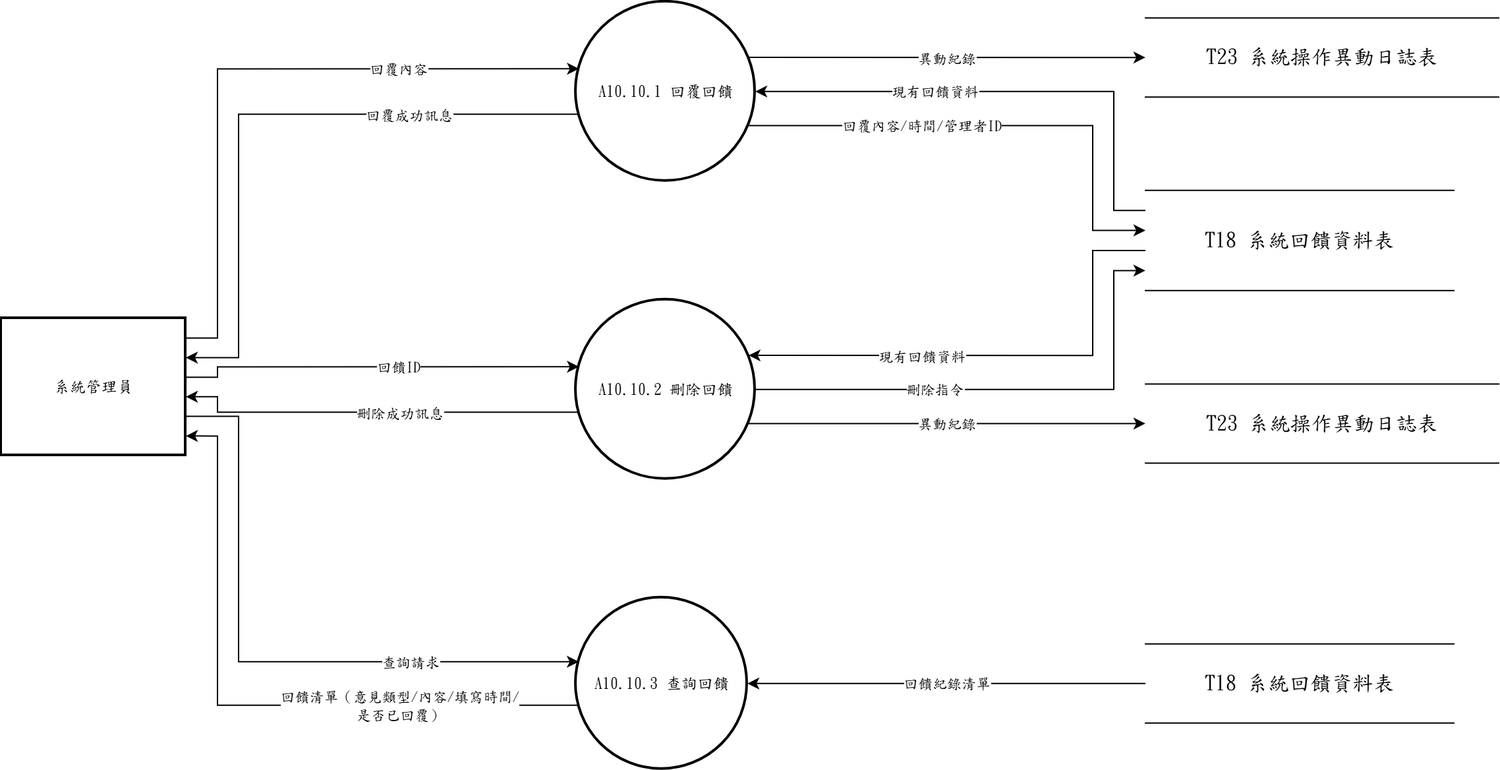
Above: 系統文件/第6章/DFD圖/圖10/新/圖10.10.drawio.png in s22452007/115502 (draw.io), before the change. Source tidied: cells renumbered, new cells last; positions are measured from the earlier drawing's top-left corner, leaving out a move shared by most shapes. Source of this version:
```xml
<mxGraphModel>
  <root>
    <mxCell id="0" />
    <mxCell id="1" parent="0" />
    <mxCell id="2" value="A10.10.1 回覆回饋" style="ellipse;strokeWidth=2;whiteSpace=wrap;html=1;fontFamily=標楷體;" parent="1" vertex="1">
      <mxGeometry x="436" width="136" height="136" as="geometry" />
    </mxCell>
    <mxCell id="3" value="A10.10.2 刪除回饋" style="ellipse;strokeWidth=2;whiteSpace=wrap;html=1;fontFamily=標楷體;" parent="1" vertex="1">
      <mxGeometry x="436" y="226" width="136" height="136" as="geometry" />
    </mxCell>
    <mxCell id="4" value="A10.10.3 查詢回饋" style="ellipse;strokeWidth=2;whiteSpace=wrap;html=1;fontFamily=標楷體;" parent="1" vertex="1">
      <mxGeometry x="436" y="452" width="130" height="130" as="geometry" />
    </mxCell>
    <mxCell id="5" value="系統管理員" style="whiteSpace=wrap;strokeWidth=2;html=1;fontFamily=標楷體;" parent="1" vertex="1">
      <mxGeometry y="240.1" width="140" height="104" as="geometry" />
    </mxCell>
    <mxCell id="6" value="&lt;span lang=&quot;EN-US&quot; style=&quot;font-size: 12pt;&quot;&gt;T23&amp;nbsp;&lt;/span&gt;&lt;span style=&quot;font-size: 12pt;&quot;&gt;系統操作異動日誌表&lt;/span&gt;" style="shape=partialRectangle;whiteSpace=wrap;html=1;left=0;right=0;fontFamily=標楷體;fontSize=16;" parent="1" vertex="1">
      <mxGeometry x="868" y="12.2" width="268" height="60" as="geometry" />
    </mxCell>
    <mxCell id="7" value="&lt;span lang=&quot;EN-US&quot; style=&quot;font-size: 12pt;&quot;&gt;T18&amp;nbsp;&lt;/span&gt;&lt;span style=&quot;font-size: 12pt;&quot;&gt;系統回饋資料表&lt;/span&gt;" style="shape=partialRectangle;whiteSpace=wrap;html=1;left=0;right=0;fontFamily=標楷體;fontSize=16;" parent="1" vertex="1">
      <mxGeometry x="868" y="143" width="234" height="76" as="geometry" />
    </mxCell>
    <mxCell id="8" value="&lt;span lang=&quot;EN-US&quot; style=&quot;font-size: 12pt;&quot;&gt;T23&amp;nbsp;&lt;/span&gt;&lt;span style=&quot;font-size: 12pt;&quot;&gt;系統操作異動日誌表&lt;/span&gt;" style="shape=partialRectangle;whiteSpace=wrap;html=1;left=0;right=0;fontFamily=標楷體;fontSize=16;" parent="1" vertex="1">
      <mxGeometry x="868" y="289.8" width="268" height="60" as="geometry" />
    </mxCell>
    <mxCell id="9" value="&lt;span lang=&quot;EN-US&quot; style=&quot;font-size: 12pt;&quot;&gt;T18&amp;nbsp;&lt;/span&gt;&lt;span style=&quot;font-size: 12pt;&quot;&gt;系統回饋資料表&lt;/span&gt;" style="shape=partialRectangle;whiteSpace=wrap;html=1;left=0;right=0;fontFamily=標楷體;fontSize=16;" parent="1" vertex="1">
      <mxGeometry x="868" y="487" width="234" height="60" as="geometry" />
    </mxCell>
    <mxCell id="10" style="edgeStyle=none;rounded=0;html=1;fontFamily=標楷體;endArrow=classic;exitX=1.0000;exitY=0.1429;exitDx=0;exitDy=0;exitPerimeter=0;entryX=0.0163;entryY=0.3733;entryDx=0;entryDy=0;entryPerimeter=0;" parent="1" edge="1" source="5" target="2">
      <mxGeometry relative="1" as="geometry">
        <Array as="points">
          <mxPoint x="164" y="255" />
          <mxPoint x="164" y="50.8" />
        </Array>
      </mxGeometry>
    </mxCell>
    <mxCell id="11" value="回覆內容" style="edgeLabel;html=1;align=center;verticalAlign=middle;fontFamily=標楷體;" parent="10" vertex="1">
      <mxGeometry x="0.45" relative="1" as="geometry" />
    </mxCell>
    <mxCell id="12" style="edgeStyle=none;rounded=0;html=1;fontFamily=標楷體;endArrow=classic;exitX=0.0000;exitY=0.2000;exitDx=0;exitDy=0;exitPerimeter=0;entryX=1.0000;entryY=0.5000;entryDx=0;entryDy=0;entryPerimeter=0;" parent="1" edge="1" source="7" target="2">
      <mxGeometry relative="1" as="geometry">
        <Array as="points">
          <mxPoint x="844" y="158.2" />
          <mxPoint x="844" y="68" />
        </Array>
      </mxGeometry>
    </mxCell>
    <mxCell id="13" value="現有回饋資料" style="edgeLabel;html=1;align=center;verticalAlign=middle;fontFamily=標楷體;" parent="12" vertex="1">
      <mxGeometry x="0.3" relative="1" as="geometry" />
    </mxCell>
    <mxCell id="14" style="edgeStyle=none;rounded=0;html=1;fontFamily=標楷體;endArrow=classic;exitX=0.0163;exitY=0.6267;exitDx=0;exitDy=0;exitPerimeter=0;entryX=1.0000;entryY=0.2857;entryDx=0;entryDy=0;entryPerimeter=0;" parent="1" edge="1" source="2" target="5">
      <mxGeometry relative="1" as="geometry">
        <Array as="points">
          <mxPoint x="180" y="85.2" />
          <mxPoint x="180" y="269.8" />
        </Array>
      </mxGeometry>
    </mxCell>
    <mxCell id="15" value="回覆成功訊息" style="edgeLabel;html=1;align=center;verticalAlign=middle;fontFamily=標楷體;" parent="14" vertex="1">
      <mxGeometry x="-0.47" relative="1" as="geometry" />
    </mxCell>
    <mxCell id="16" style="edgeStyle=none;rounded=0;html=1;fontFamily=標楷體;endArrow=classic;exitX=0.9625;exitY=0.6900;exitDx=0;exitDy=0;exitPerimeter=0;entryX=0.0000;entryY=0.4000;entryDx=0;entryDy=0;entryPerimeter=0;" parent="1" edge="1" source="2" target="7">
      <mxGeometry relative="1" as="geometry">
        <Array as="points">
          <mxPoint x="828" y="93.8" />
          <mxPoint x="828" y="173.4" />
        </Array>
      </mxGeometry>
    </mxCell>
    <mxCell id="17" value="回覆內容/時間/管理者ID" style="edgeLabel;html=1;align=center;verticalAlign=middle;fontFamily=標楷體;" parent="16" vertex="1">
      <mxGeometry x="-0.31" relative="1" as="geometry" />
    </mxCell>
    <mxCell id="18" style="edgeStyle=none;rounded=0;html=1;fontFamily=標楷體;endArrow=classic;exitX=0.9625;exitY=0.3100;exitDx=0;exitDy=0;exitPerimeter=0;entryX=0.0000;entryY=0.5000;entryDx=0;entryDy=0;entryPerimeter=0;" parent="1" edge="1" source="2" target="6">
      <mxGeometry relative="1" as="geometry" />
    </mxCell>
    <mxCell id="19" value="異動紀錄" style="edgeLabel;html=1;align=center;verticalAlign=middle;fontFamily=標楷體;" parent="18" vertex="1">
      <mxGeometry relative="1" as="geometry" />
    </mxCell>
    <mxCell id="20" style="edgeStyle=none;rounded=0;html=1;fontFamily=標楷體;endArrow=classic;exitX=1.0000;exitY=0.4286;exitDx=0;exitDy=0;exitPerimeter=0;entryX=0.0163;entryY=0.3733;entryDx=0;entryDy=0;entryPerimeter=0;" parent="1" edge="1" source="5" target="3">
      <mxGeometry relative="1" as="geometry">
        <Array as="points">
          <mxPoint x="164" y="284.7" />
          <mxPoint x="164" y="276.8" />
        </Array>
      </mxGeometry>
    </mxCell>
    <mxCell id="21" value="回饋ID" style="edgeLabel;html=1;align=center;verticalAlign=middle;fontFamily=標楷體;" parent="20" vertex="1">
      <mxGeometry x="0.1" relative="1" as="geometry" />
    </mxCell>
    <mxCell id="22" style="edgeStyle=none;rounded=0;html=1;fontFamily=標楷體;endArrow=classic;exitX=0.0000;exitY=0.6000;exitDx=0;exitDy=0;exitPerimeter=0;entryX=0.9625;entryY=0.3100;entryDx=0;entryDy=0;entryPerimeter=0;" parent="1" edge="1" source="7" target="3">
      <mxGeometry relative="1" as="geometry">
        <Array as="points">
          <mxPoint x="828" y="188.6" />
          <mxPoint x="828" y="268.2" />
        </Array>
      </mxGeometry>
    </mxCell>
    <mxCell id="23" value="現有回饋資料" style="edgeLabel;html=1;align=center;verticalAlign=middle;fontFamily=標楷體;" parent="22" vertex="1">
      <mxGeometry x="0.31" relative="1" as="geometry" />
    </mxCell>
    <mxCell id="24" style="edgeStyle=none;rounded=0;html=1;fontFamily=標楷體;endArrow=classic;exitX=0.0163;exitY=0.6267;exitDx=0;exitDy=0;exitPerimeter=0;entryX=1.0000;entryY=0.5714;entryDx=0;entryDy=0;entryPerimeter=0;" parent="1" edge="1" source="3" target="5">
      <mxGeometry relative="1" as="geometry">
        <Array as="points">
          <mxPoint x="164" y="311.2" />
          <mxPoint x="164" y="299.5" />
        </Array>
      </mxGeometry>
    </mxCell>
    <mxCell id="25" value="刪除成功訊息" style="edgeLabel;html=1;align=center;verticalAlign=middle;fontFamily=標楷體;" parent="24" vertex="1">
      <mxGeometry x="-0.12" relative="1" as="geometry" />
    </mxCell>
    <mxCell id="26" style="edgeStyle=none;rounded=0;html=1;fontFamily=標楷體;endArrow=classic;exitX=1.0000;exitY=0.5000;exitDx=0;exitDy=0;exitPerimeter=0;entryX=0.0000;entryY=0.8000;entryDx=0;entryDy=0;entryPerimeter=0;" parent="1" edge="1" source="3" target="7">
      <mxGeometry relative="1" as="geometry">
        <Array as="points">
          <mxPoint x="844" y="294" />
          <mxPoint x="844" y="203.8" />
        </Array>
      </mxGeometry>
    </mxCell>
    <mxCell id="27" value="刪除指令" style="edgeLabel;html=1;align=center;verticalAlign=middle;fontFamily=標楷體;" parent="26" vertex="1">
      <mxGeometry x="-0.3" relative="1" as="geometry" />
    </mxCell>
    <mxCell id="28" style="edgeStyle=none;rounded=0;html=1;fontFamily=標楷體;endArrow=classic;exitX=0.9625;exitY=0.6900;exitDx=0;exitDy=0;exitPerimeter=0;entryX=0.0000;entryY=0.5000;entryDx=0;entryDy=0;entryPerimeter=0;" parent="1" edge="1" source="3" target="8">
      <mxGeometry relative="1" as="geometry" />
    </mxCell>
    <mxCell id="29" value="異動紀錄" style="edgeLabel;html=1;align=center;verticalAlign=middle;fontFamily=標楷體;" parent="28" vertex="1">
      <mxGeometry relative="1" as="geometry" />
    </mxCell>
    <mxCell id="30" style="edgeStyle=none;rounded=0;html=1;fontFamily=標楷體;endArrow=classic;exitX=1.0000;exitY=0.7143;exitDx=0;exitDy=0;exitPerimeter=0;entryX=0.0163;entryY=0.3733;entryDx=0;entryDy=0;entryPerimeter=0;" parent="1" edge="1" source="5" target="4">
      <mxGeometry relative="1" as="geometry">
        <Array as="points">
          <mxPoint x="180" y="314.4" />
          <mxPoint x="180" y="500.5" />
        </Array>
      </mxGeometry>
    </mxCell>
    <mxCell id="31" value="查詢請求" style="edgeLabel;html=1;align=center;verticalAlign=middle;fontFamily=標楷體;" parent="30" vertex="1">
      <mxGeometry x="0.47" relative="1" as="geometry" />
    </mxCell>
    <mxCell id="32" style="edgeStyle=none;rounded=0;html=1;fontFamily=標楷體;endArrow=classic;exitX=0.0000;exitY=0.5000;exitDx=0;exitDy=0;exitPerimeter=0;entryX=1.0000;entryY=0.5000;entryDx=0;entryDy=0;entryPerimeter=0;" parent="1" edge="1" source="9" target="4">
      <mxGeometry relative="1" as="geometry" />
    </mxCell>
    <mxCell id="33" value="回饋紀錄清單" style="edgeLabel;html=1;align=center;verticalAlign=middle;fontFamily=標楷體;" parent="32" vertex="1">
      <mxGeometry relative="1" as="geometry" />
    </mxCell>
    <mxCell id="34" style="edgeStyle=none;rounded=0;html=1;fontFamily=標楷體;endArrow=classic;exitX=0.0163;exitY=0.6267;exitDx=0;exitDy=0;exitPerimeter=0;entryX=1.0000;entryY=0.8571;entryDx=0;entryDy=0;entryPerimeter=0;" parent="1" edge="1" source="4" target="5">
      <mxGeometry relative="1" as="geometry">
        <Array as="points">
          <mxPoint x="164" y="533.5" />
          <mxPoint x="164" y="329.3" />
        </Array>
      </mxGeometry>
    </mxCell>
    <mxCell id="35" value="回饋清單（意見類型/內容/填寫時間/&lt;br&gt;是否已回覆）" style="edgeLabel;html=1;align=center;verticalAlign=middle;fontFamily=標楷體;" parent="34" vertex="1">
      <mxGeometry x="-0.45" relative="1" as="geometry" />
    </mxCell>
  </root>
</mxGraphModel>
```
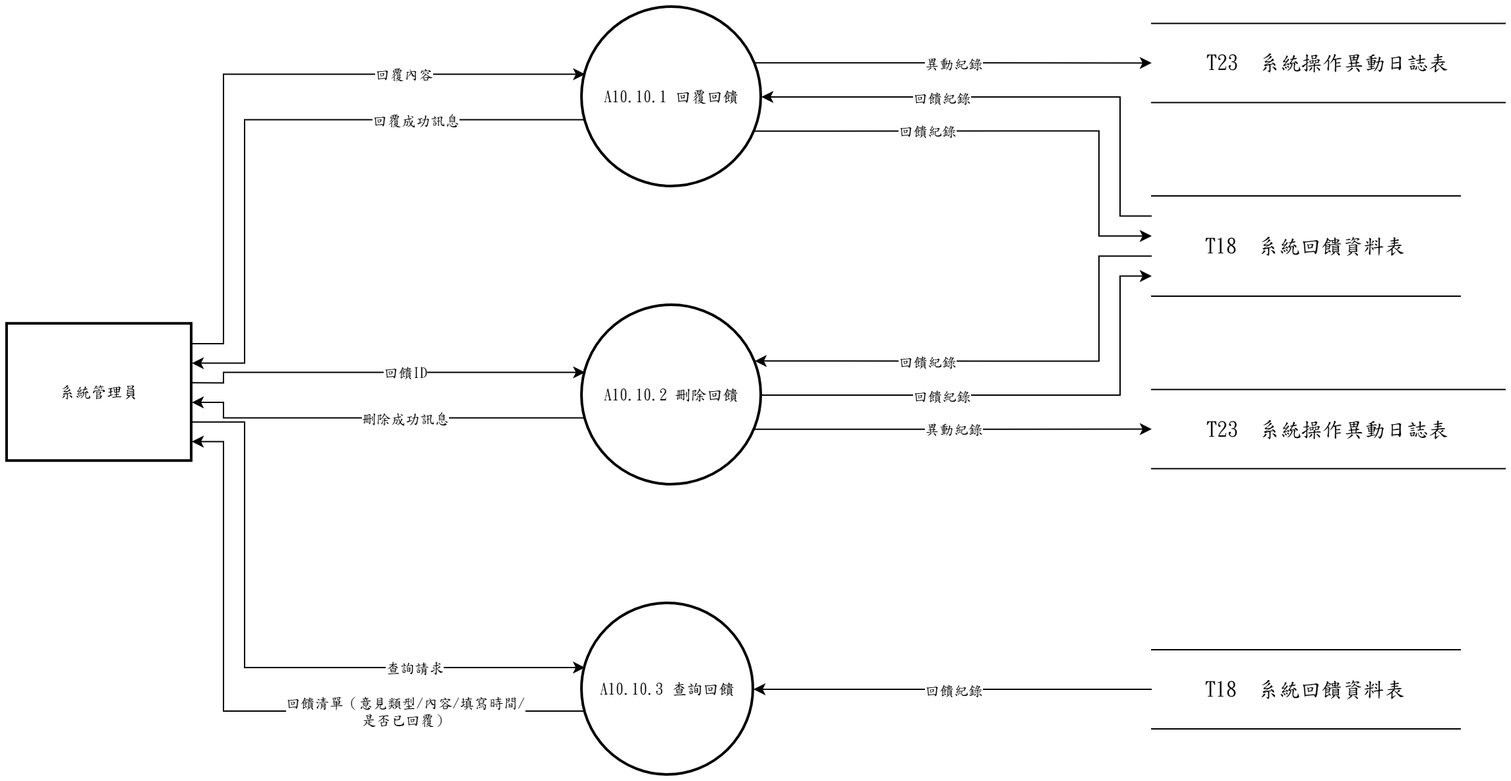
Above is the later version.

Diff of the diagram source:
```diff
@@ -14,16 +14,16 @@
     <mxCell id="5" value="系統管理員" style="whiteSpace=wrap;strokeWidth=2;html=1;fontFamily=標楷體;" parent="1" vertex="1">
       <mxGeometry y="240.1" width="140" height="104" as="geometry" />
     </mxCell>
-    <mxCell id="6" value="&lt;span lang=&quot;EN-US&quot; style=&quot;font-size: 12pt;&quot;&gt;T23&amp;nbsp;&lt;/span&gt;&lt;span style=&quot;font-size: 12pt;&quot;&gt;系統操作異動日誌表&lt;/span&gt;" style="shape=partialRectangle;whiteSpace=wrap;html=1;left=0;right=0;fontFamily=標楷體;fontSize=16;" parent="1" vertex="1">
+    <mxCell id="6" value="T23  系統操作異動日誌表" style="shape=partialRectangle;whiteSpace=wrap;html=1;left=0;right=0;fontFamily=標楷體;fontSize=16;" parent="1" vertex="1">
       <mxGeometry x="868" y="12.2" width="268" height="60" as="geometry" />
     </mxCell>
-    <mxCell id="7" value="&lt;span lang=&quot;EN-US&quot; style=&quot;font-size: 12pt;&quot;&gt;T18&amp;nbsp;&lt;/span&gt;&lt;span style=&quot;font-size: 12pt;&quot;&gt;系統回饋資料表&lt;/span&gt;" style="shape=partialRectangle;whiteSpace=wrap;html=1;left=0;right=0;fontFamily=標楷體;fontSize=16;" parent="1" vertex="1">
+    <mxCell id="7" value="T18  系統回饋資料表" style="shape=partialRectangle;whiteSpace=wrap;html=1;left=0;right=0;fontFamily=標楷體;fontSize=16;" parent="1" vertex="1">
       <mxGeometry x="868" y="143" width="234" height="76" as="geometry" />
     </mxCell>
-    <mxCell id="8" value="&lt;span lang=&quot;EN-US&quot; style=&quot;font-size: 12pt;&quot;&gt;T23&amp;nbsp;&lt;/span&gt;&lt;span style=&quot;font-size: 12pt;&quot;&gt;系統操作異動日誌表&lt;/span&gt;" style="shape=partialRectangle;whiteSpace=wrap;html=1;left=0;right=0;fontFamily=標楷體;fontSize=16;" parent="1" vertex="1">
+    <mxCell id="8" value="T23  系統操作異動日誌表" style="shape=partialRectangle;whiteSpace=wrap;html=1;left=0;right=0;fontFamily=標楷體;fontSize=16;" parent="1" vertex="1">
       <mxGeometry x="868" y="289.8" width="268" height="60" as="geometry" />
     </mxCell>
-    <mxCell id="9" value="&lt;span lang=&quot;EN-US&quot; style=&quot;font-size: 12pt;&quot;&gt;T18&amp;nbsp;&lt;/span&gt;&lt;span style=&quot;font-size: 12pt;&quot;&gt;系統回饋資料表&lt;/span&gt;" style="shape=partialRectangle;whiteSpace=wrap;html=1;left=0;right=0;fontFamily=標楷體;fontSize=16;" parent="1" vertex="1">
+    <mxCell id="9" value="T18  系統回饋資料表" style="shape=partialRectangle;whiteSpace=wrap;html=1;left=0;right=0;fontFamily=標楷體;fontSize=16;" parent="1" vertex="1">
       <mxGeometry x="868" y="487" width="234" height="60" as="geometry" />
     </mxCell>
     <mxCell id="10" style="edgeStyle=none;rounded=0;html=1;fontFamily=標楷體;endArrow=classic;exitX=1.0000;exitY=0.1429;exitDx=0;exitDy=0;exitPerimeter=0;entryX=0.0163;entryY=0.3733;entryDx=0;entryDy=0;entryPerimeter=0;" parent="1" edge="1" source="5" target="2">
@@ -45,7 +45,7 @@
         </Array>
       </mxGeometry>
     </mxCell>
-    <mxCell id="13" value="現有回饋資料" style="edgeLabel;html=1;align=center;verticalAlign=middle;fontFamily=標楷體;" parent="12" vertex="1">
+    <mxCell id="13" value="回饋紀錄" style="edgeLabel;html=1;align=center;verticalAlign=middle;fontFamily=標楷體;" parent="12" vertex="1">
       <mxGeometry x="0.3" relative="1" as="geometry" />
     </mxCell>
     <mxCell id="14" style="edgeStyle=none;rounded=0;html=1;fontFamily=標楷體;endArrow=classic;exitX=0.0163;exitY=0.6267;exitDx=0;exitDy=0;exitPerimeter=0;entryX=1.0000;entryY=0.2857;entryDx=0;entryDy=0;entryPerimeter=0;" parent="1" edge="1" source="2" target="5">
@@ -67,7 +67,7 @@
         </Array>
       </mxGeometry>
     </mxCell>
-    <mxCell id="17" value="回覆內容/時間/管理者ID" style="edgeLabel;html=1;align=center;verticalAlign=middle;fontFamily=標楷體;" parent="16" vertex="1">
+    <mxCell id="17" value="回饋紀錄" style="edgeLabel;html=1;align=center;verticalAlign=middle;fontFamily=標楷體;" parent="16" vertex="1">
       <mxGeometry x="-0.31" relative="1" as="geometry" />
     </mxCell>
     <mxCell id="18" style="edgeStyle=none;rounded=0;html=1;fontFamily=標楷體;endArrow=classic;exitX=0.9625;exitY=0.3100;exitDx=0;exitDy=0;exitPerimeter=0;entryX=0.0000;entryY=0.5000;entryDx=0;entryDy=0;entryPerimeter=0;" parent="1" edge="1" source="2" target="6">
@@ -95,7 +95,7 @@
         </Array>
       </mxGeometry>
     </mxCell>
-    <mxCell id="23" value="現有回饋資料" style="edgeLabel;html=1;align=center;verticalAlign=middle;fontFamily=標楷體;" parent="22" vertex="1">
+    <mxCell id="23" value="回饋紀錄" style="edgeLabel;html=1;align=center;verticalAlign=middle;fontFamily=標楷體;" parent="22" vertex="1">
       <mxGeometry x="0.31" relative="1" as="geometry" />
     </mxCell>
     <mxCell id="24" style="edgeStyle=none;rounded=0;html=1;fontFamily=標楷體;endArrow=classic;exitX=0.0163;exitY=0.6267;exitDx=0;exitDy=0;exitPerimeter=0;entryX=1.0000;entryY=0.5714;entryDx=0;entryDy=0;entryPerimeter=0;" parent="1" edge="1" source="3" target="5">
@@ -117,7 +117,7 @@
         </Array>
       </mxGeometry>
     </mxCell>
-    <mxCell id="27" value="刪除指令" style="edgeLabel;html=1;align=center;verticalAlign=middle;fontFamily=標楷體;" parent="26" vertex="1">
+    <mxCell id="27" value="回饋紀錄" style="edgeLabel;html=1;align=center;verticalAlign=middle;fontFamily=標楷體;" parent="26" vertex="1">
       <mxGeometry x="-0.3" relative="1" as="geometry" />
     </mxCell>
     <mxCell id="28" style="edgeStyle=none;rounded=0;html=1;fontFamily=標楷體;endArrow=classic;exitX=0.9625;exitY=0.6900;exitDx=0;exitDy=0;exitPerimeter=0;entryX=0.0000;entryY=0.5000;entryDx=0;entryDy=0;entryPerimeter=0;" parent="1" edge="1" source="3" target="8">
@@ -140,7 +140,7 @@
     <mxCell id="32" style="edgeStyle=none;rounded=0;html=1;fontFamily=標楷體;endArrow=classic;exitX=0.0000;exitY=0.5000;exitDx=0;exitDy=0;exitPerimeter=0;entryX=1.0000;entryY=0.5000;entryDx=0;entryDy=0;entryPerimeter=0;" parent="1" edge="1" source="9" target="4">
       <mxGeometry relative="1" as="geometry" />
     </mxCell>
-    <mxCell id="33" value="回饋紀錄清單" style="edgeLabel;html=1;align=center;verticalAlign=middle;fontFamily=標楷體;" parent="32" vertex="1">
+    <mxCell id="33" value="回饋紀錄" style="edgeLabel;html=1;align=center;verticalAlign=middle;fontFamily=標楷體;" parent="32" vertex="1">
       <mxGeometry relative="1" as="geometry" />
     </mxCell>
     <mxCell id="34" style="edgeStyle=none;rounded=0;html=1;fontFamily=標楷體;endArrow=classic;exitX=0.0163;exitY=0.6267;exitDx=0;exitDy=0;exitPerimeter=0;entryX=1.0000;entryY=0.8571;entryDx=0;entryDy=0;entryPerimeter=0;" parent="1" edge="1" source="4" target="5">
```
